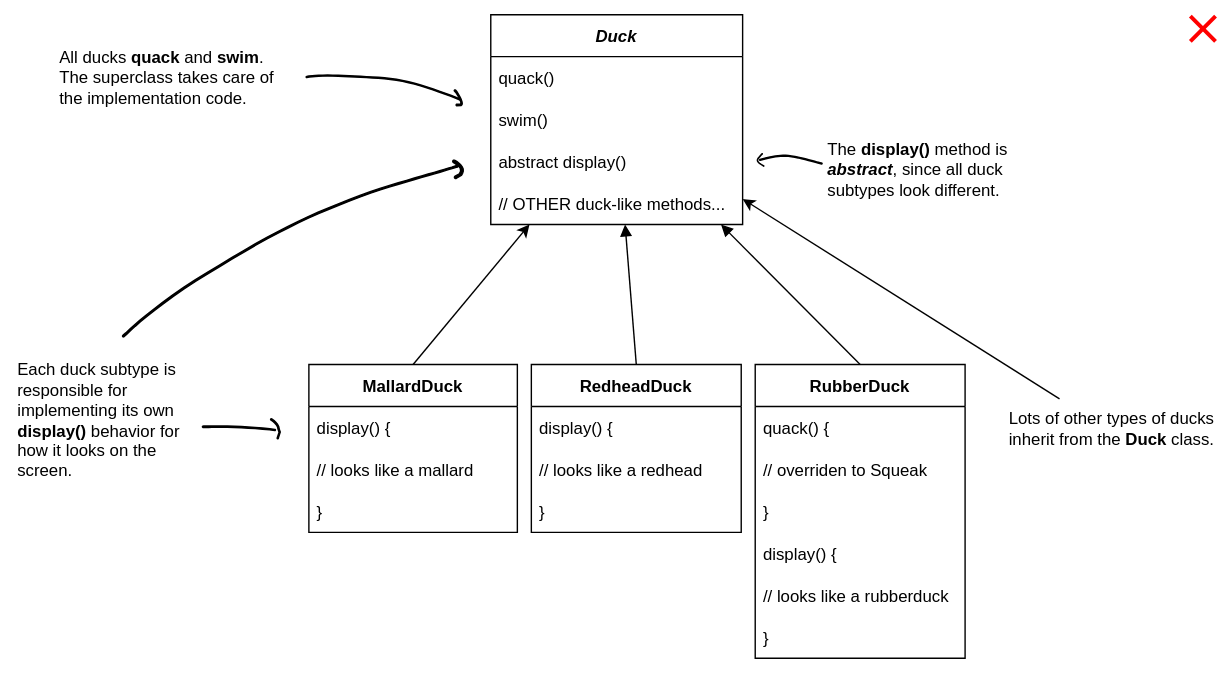
huyurt/book-summary keeps this draw.io diagram as head-first-design-patterns/diagrams/svg/01_01_duck_superclass.drawio.svg. Above is the earlier version. Source tidied: cells renumbered, new cells last; positions are measured from the earlier drawing's top-left corner, leaving out a move shared by most shapes. The source it was exported from:
```xml
<mxGraphModel>
  <root>
    <mxCell id="0" />
    <mxCell id="1" parent="0" />
    <mxCell id="2" value="Duck" style="swimlane;fontStyle=3;horizontal=1;startSize=30;" parent="1" vertex="1">
      <mxGeometry x="340" width="180" height="150" as="geometry" />
    </mxCell>
    <mxCell id="3" value="quack()" style="text;strokeColor=none;fillColor=none;align=left;verticalAlign=middle;spacingLeft=4;spacingRight=4;overflow=hidden;" parent="2" vertex="1">
      <mxGeometry y="30" width="180" height="30" as="geometry" />
    </mxCell>
    <mxCell id="4" value="swim()" style="text;strokeColor=none;fillColor=none;align=left;verticalAlign=middle;spacingLeft=4;spacingRight=4;overflow=hidden;" parent="2" vertex="1">
      <mxGeometry y="60" width="180" height="30" as="geometry" />
    </mxCell>
    <mxCell id="5" value="abstract display()" style="text;strokeColor=none;fillColor=none;align=left;verticalAlign=middle;spacingLeft=4;spacingRight=4;overflow=hidden;points=[[0,0.5],[1,0.5]];portConstraint=eastwest;fontStyle=0;" parent="2" vertex="1">
      <mxGeometry y="90" width="180" height="30" as="geometry" />
    </mxCell>
    <mxCell id="6" value="// OTHER duck-like methods..." style="text;strokeColor=none;fillColor=none;align=left;verticalAlign=middle;spacingLeft=4;spacingRight=4;overflow=hidden;" parent="2" vertex="1">
      <mxGeometry y="120" width="180" height="30" as="geometry" />
    </mxCell>
    <mxCell id="7" value="MallardDuck" style="swimlane;fontStyle=1;horizontal=1;startSize=30;" parent="1" vertex="1">
      <mxGeometry x="210" y="250" width="149" height="120" as="geometry" />
    </mxCell>
    <mxCell id="8" value="display() {" style="text;strokeColor=none;fillColor=none;align=left;verticalAlign=middle;spacingLeft=4;spacingRight=4;overflow=hidden;" parent="7" vertex="1">
      <mxGeometry y="30" width="149" height="30" as="geometry" />
    </mxCell>
    <mxCell id="9" value="// looks like a mallard" style="text;strokeColor=none;fillColor=none;align=left;verticalAlign=middle;spacingLeft=4;spacingRight=4;overflow=hidden;" parent="7" vertex="1">
      <mxGeometry y="60" width="149" height="30" as="geometry" />
    </mxCell>
    <mxCell id="10" value="}" style="text;strokeColor=none;fillColor=none;align=left;verticalAlign=middle;spacingLeft=4;spacingRight=4;overflow=hidden;" parent="7" vertex="1">
      <mxGeometry y="90" width="149" height="30" as="geometry" />
    </mxCell>
    <mxCell id="11" value="RedheadDuck" style="swimlane;fontStyle=1;horizontal=1;startSize=30;" parent="1" vertex="1">
      <mxGeometry x="369" y="250" width="150" height="120" as="geometry" />
    </mxCell>
    <mxCell id="12" value="display() {" style="text;strokeColor=none;fillColor=none;align=left;verticalAlign=middle;spacingLeft=4;spacingRight=4;overflow=hidden;" parent="11" vertex="1">
      <mxGeometry y="30" width="150" height="30" as="geometry" />
    </mxCell>
    <mxCell id="13" value="// looks like a redhead" style="text;strokeColor=none;fillColor=none;align=left;verticalAlign=middle;spacingLeft=4;spacingRight=4;overflow=hidden;" parent="11" vertex="1">
      <mxGeometry y="60" width="150" height="30" as="geometry" />
    </mxCell>
    <mxCell id="14" value="}" style="text;strokeColor=none;fillColor=none;align=left;verticalAlign=middle;spacingLeft=4;spacingRight=4;overflow=hidden;" parent="11" vertex="1">
      <mxGeometry y="90" width="150" height="30" as="geometry" />
    </mxCell>
    <mxCell id="15" style="endArrow=classic;html=1;rounded=0;exitX=0.5;exitY=0;exitDx=0;exitDy=0;" parent="1" edge="1" source="7" target="2">
      <mxGeometry relative="1" as="geometry" />
    </mxCell>
    <mxCell id="16" style="endArrow=block;html=1;rounded=0;exitX=0.5;exitY=0;exitDx=0;exitDy=0;startArrow=none;startFill=0;strokeWidth=1;strokeColor=default;" parent="1" edge="1" source="11" target="2">
      <mxGeometry relative="1" as="geometry" />
    </mxCell>
    <mxCell id="17" value="All ducks&amp;nbsp;&lt;b&gt;quack&lt;/b&gt; and &lt;b&gt;swim&lt;/b&gt;. The superclass takes care of the implementation code." style="text;html=1;strokeColor=none;fillColor=none;align=left;verticalAlign=middle;whiteSpace=wrap;rounded=0;" parent="1" vertex="1">
      <mxGeometry x="30" y="20" width="170" height="50" as="geometry" />
    </mxCell>
    <mxCell id="18" value="Each duck subtype is responsible for implementing its own &lt;b&gt;display()&lt;/b&gt; behavior for how it looks on the screen." style="text;html=1;strokeColor=none;fillColor=none;align=left;verticalAlign=middle;whiteSpace=wrap;rounded=0;" parent="1" vertex="1">
      <mxGeometry y="240" width="130" height="100" as="geometry" />
    </mxCell>
    <mxCell id="19" style="shape=(stored shape, 844 characters);lineShape=1;" parent="1" vertex="1">
      <mxGeometry x="133.9" y="293.9" width="52.2" height="3.3" as="geometry" />
    </mxCell>
    <mxCell id="20" style="shape=(stored shape, 736 characters);lineShape=1;" parent="1" vertex="1">
      <mxGeometry x="182.6" y="288.8" width="6.9" height="14.3" as="geometry" />
    </mxCell>
    <mxCell id="21" style="shape=(stored shape, 1340 characters);lineShape=1;" parent="1" vertex="1">
      <mxGeometry x="76.8" y="107.8" width="239.6" height="122.5" as="geometry" />
    </mxCell>
    <mxCell id="22" style="shape=(stored shape, 952 characters);lineShape=1;" parent="1" vertex="1">
      <mxGeometry x="312.8" y="103.9" width="7.5" height="13.2" as="geometry" />
    </mxCell>
    <mxCell id="23" value="Lots of other types of ducks inherit from the &lt;b&gt;Duck&lt;/b&gt;&amp;nbsp;class." style="text;html=1;strokeColor=none;fillColor=none;align=center;verticalAlign=middle;whiteSpace=wrap;rounded=0;" parent="1" vertex="1">
      <mxGeometry x="709" y="274.6" width="150" height="42.8" as="geometry" />
    </mxCell>
    <mxCell id="24" style="endArrow=classic;html=1;rounded=0;strokeColor=default;strokeWidth=1;exitX=0.25;exitY=0;exitDx=0;exitDy=0;" parent="1" edge="1" source="23" target="2">
      <mxGeometry relative="1" as="geometry" />
    </mxCell>
    <mxCell id="25" value="The &lt;b&gt;display()&lt;/b&gt;&amp;nbsp;method is &lt;b style=&quot;font-style: italic;&quot;&gt;abstract&lt;/b&gt;, since all duck subtypes look different." style="text;html=1;strokeColor=none;fillColor=none;align=left;verticalAlign=middle;whiteSpace=wrap;rounded=0;" parent="1" vertex="1">
      <mxGeometry x="579" y="80.5" width="140" height="60" as="geometry" />
    </mxCell>
    <mxCell id="26" style="shape=(stored shape, 1016 characters);lineShape=1;" parent="1" vertex="1">
      <mxGeometry x="532.1" y="100.5" width="44.7" height="6.2" as="geometry" />
    </mxCell>
    <mxCell id="27" style="shape=(stored shape, 892 characters);lineShape=1;" parent="1" vertex="1">
      <mxGeometry x="530.5" y="99.3" width="4.6" height="8.9" as="geometry" />
    </mxCell>
    <mxCell id="28" style="shape=(stored shape, 1124 characters);lineShape=1;" parent="1" vertex="1">
      <mxGeometry x="208.1" y="43.1" width="110.5" height="17.9" as="geometry" />
    </mxCell>
    <mxCell id="29" style="shape=(stored shape, 824 characters);lineShape=1;" parent="1" vertex="1">
      <mxGeometry x="313.9" y="53.7" width="5.7" height="11.4" as="geometry" />
    </mxCell>
    <mxCell id="30" value="RubberDuck" style="swimlane;fontStyle=1;horizontal=1;startSize=30;" parent="1" vertex="1">
      <mxGeometry x="529" y="250" width="150" height="210" as="geometry" />
    </mxCell>
    <mxCell id="31" value="quack() {" style="text;strokeColor=none;fillColor=none;align=left;verticalAlign=middle;spacingLeft=4;spacingRight=4;overflow=hidden;" parent="30" vertex="1">
      <mxGeometry y="30" width="150" height="30" as="geometry" />
    </mxCell>
    <mxCell id="32" value="// overriden to Squeak" style="text;strokeColor=none;fillColor=none;align=left;verticalAlign=middle;spacingLeft=4;spacingRight=4;overflow=hidden;" parent="30" vertex="1">
      <mxGeometry y="60" width="150" height="30" as="geometry" />
    </mxCell>
    <mxCell id="33" value="}" style="text;strokeColor=none;fillColor=none;align=left;verticalAlign=middle;spacingLeft=4;spacingRight=4;overflow=hidden;" parent="30" vertex="1">
      <mxGeometry y="90" width="150" height="30" as="geometry" />
    </mxCell>
    <mxCell id="34" value="display() {" style="text;strokeColor=none;fillColor=none;align=left;verticalAlign=middle;spacingLeft=4;spacingRight=4;overflow=hidden;" parent="30" vertex="1">
      <mxGeometry y="120" width="150" height="30" as="geometry" />
    </mxCell>
    <mxCell id="35" value="// looks like a rubberduck" style="text;strokeColor=none;fillColor=none;align=left;verticalAlign=middle;spacingLeft=4;spacingRight=4;overflow=hidden;" parent="30" vertex="1">
      <mxGeometry y="150" width="150" height="30" as="geometry" />
    </mxCell>
    <mxCell id="36" value="}" style="text;strokeColor=none;fillColor=none;align=left;verticalAlign=middle;spacingLeft=4;spacingRight=4;overflow=hidden;" parent="30" vertex="1">
      <mxGeometry y="180" width="150" height="30" as="geometry" />
    </mxCell>
    <mxCell id="37" style="endArrow=block;html=1;rounded=0;startArrow=none;startFill=0;strokeWidth=1;strokeColor=default;exitX=0.5;exitY=0;exitDx=0;exitDy=0;" parent="1" edge="1" source="30" target="2">
      <mxGeometry relative="1" as="geometry" />
    </mxCell>
    <mxCell id="38" style="shape=mxgraph.mockup.markup.redX;fillColor=#ff0000;html=1;shadow=0;strokeColor=none;" parent="1" vertex="1">
      <mxGeometry x="839" width="20" height="20" as="geometry" />
    </mxCell>
  </root>
</mxGraphModel>
```
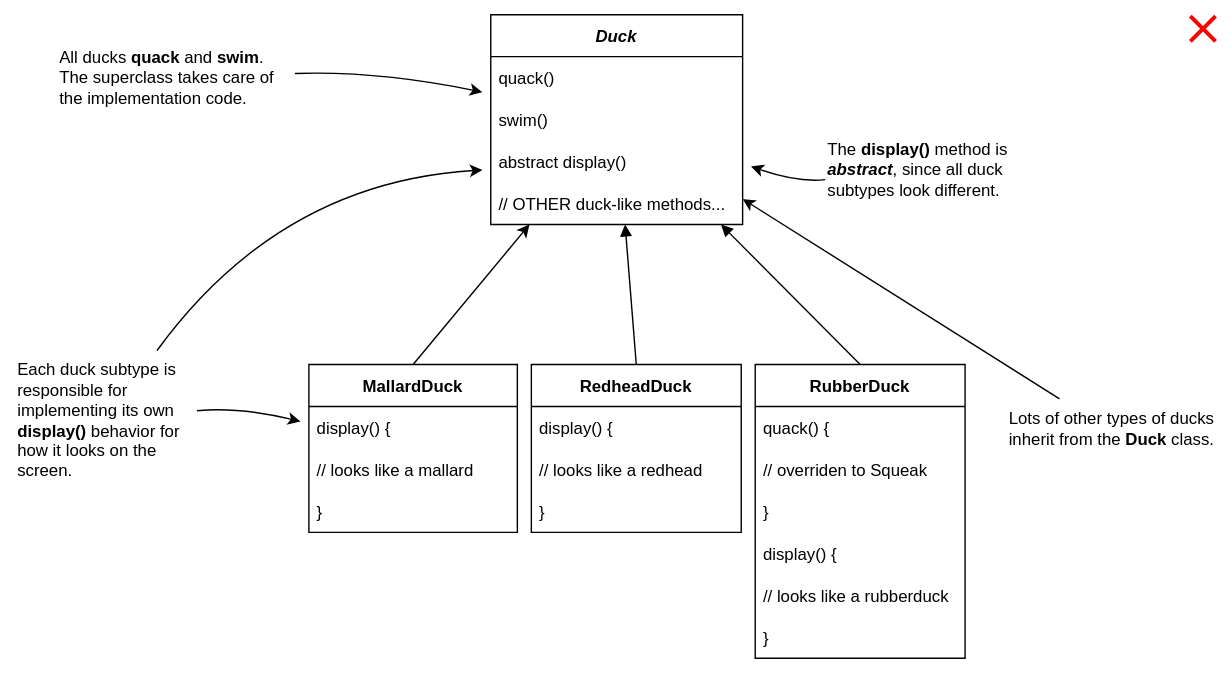
Later version of the same file.

Change to the diagram source:
```diff
@@ -53,18 +53,6 @@
     <mxCell id="18" value="Each duck subtype is responsible for implementing its own &lt;b&gt;display()&lt;/b&gt; behavior for how it looks on the screen." style="text;html=1;strokeColor=none;fillColor=none;align=left;verticalAlign=middle;whiteSpace=wrap;rounded=0;" parent="1" vertex="1">
       <mxGeometry y="240" width="130" height="100" as="geometry" />
     </mxCell>
-    <mxCell id="19" style="shape=(stored shape, 844 characters);lineShape=1;" parent="1" vertex="1">
-      <mxGeometry x="133.9" y="293.9" width="52.2" height="3.3" as="geometry" />
-    </mxCell>
-    <mxCell id="20" style="shape=(stored shape, 736 characters);lineShape=1;" parent="1" vertex="1">
-      <mxGeometry x="182.6" y="288.8" width="6.9" height="14.3" as="geometry" />
-    </mxCell>
-    <mxCell id="21" style="shape=(stored shape, 1340 characters);lineShape=1;" parent="1" vertex="1">
-      <mxGeometry x="76.8" y="107.8" width="239.6" height="122.5" as="geometry" />
-    </mxCell>
-    <mxCell id="22" style="shape=(stored shape, 952 characters);lineShape=1;" parent="1" vertex="1">
-      <mxGeometry x="312.8" y="103.9" width="7.5" height="13.2" as="geometry" />
-    </mxCell>
     <mxCell id="23" value="Lots of other types of ducks inherit from the &lt;b&gt;Duck&lt;/b&gt;&amp;nbsp;class." style="text;html=1;strokeColor=none;fillColor=none;align=center;verticalAlign=middle;whiteSpace=wrap;rounded=0;" parent="1" vertex="1">
       <mxGeometry x="709" y="274.6" width="150" height="42.8" as="geometry" />
     </mxCell>
@@ -74,18 +62,6 @@
     <mxCell id="25" value="The &lt;b&gt;display()&lt;/b&gt;&amp;nbsp;method is &lt;b style=&quot;font-style: italic;&quot;&gt;abstract&lt;/b&gt;, since all duck subtypes look different." style="text;html=1;strokeColor=none;fillColor=none;align=left;verticalAlign=middle;whiteSpace=wrap;rounded=0;" parent="1" vertex="1">
       <mxGeometry x="579" y="80.5" width="140" height="60" as="geometry" />
     </mxCell>
-    <mxCell id="26" style="shape=(stored shape, 1016 characters);lineShape=1;" parent="1" vertex="1">
-      <mxGeometry x="532.1" y="100.5" width="44.7" height="6.2" as="geometry" />
-    </mxCell>
-    <mxCell id="27" style="shape=(stored shape, 892 characters);lineShape=1;" parent="1" vertex="1">
-      <mxGeometry x="530.5" y="99.3" width="4.6" height="8.9" as="geometry" />
-    </mxCell>
-    <mxCell id="28" style="shape=(stored shape, 1124 characters);lineShape=1;" parent="1" vertex="1">
-      <mxGeometry x="208.1" y="43.1" width="110.5" height="17.9" as="geometry" />
-    </mxCell>
-    <mxCell id="29" style="shape=(stored shape, 824 characters);lineShape=1;" parent="1" vertex="1">
-      <mxGeometry x="313.9" y="53.7" width="5.7" height="11.4" as="geometry" />
-    </mxCell>
     <mxCell id="30" value="RubberDuck" style="swimlane;fontStyle=1;horizontal=1;startSize=30;" parent="1" vertex="1">
       <mxGeometry x="529" y="250" width="150" height="210" as="geometry" />
     </mxCell>
@@ -113,5 +89,33 @@
     <mxCell id="38" style="shape=mxgraph.mockup.markup.redX;fillColor=#ff0000;html=1;shadow=0;strokeColor=none;" parent="1" vertex="1">
       <mxGeometry x="839" width="20" height="20" as="geometry" />
     </mxCell>
+    <mxCell id="39" style="endArrow=classic;html=1;curved=1;targetPerimeterSpacing=6;" parent="1" edge="1" source="18" target="5">
+      <mxGeometry relative="1" as="geometry">
+        <Array as="points">
+          <mxPoint x="189" y="120" />
+        </Array>
+      </mxGeometry>
+    </mxCell>
+    <mxCell id="40" style="endArrow=classic;html=1;targetPerimeterSpacing=6;curved=1;" parent="1" edge="1" source="17" target="2">
+      <mxGeometry relative="1" as="geometry">
+        <Array as="points">
+          <mxPoint x="259" y="40" />
+        </Array>
+      </mxGeometry>
+    </mxCell>
+    <mxCell id="41" style="endArrow=classic;html=1;targetPerimeterSpacing=6;curved=1;" parent="1" edge="1" source="18" target="7">
+      <mxGeometry relative="1" as="geometry">
+        <Array as="points">
+          <mxPoint x="159" y="280" />
+        </Array>
+      </mxGeometry>
+    </mxCell>
+    <mxCell id="42" style="endArrow=classic;html=1;targetPerimeterSpacing=6;curved=1;" parent="1" edge="1" source="25" target="2">
+      <mxGeometry relative="1" as="geometry">
+        <Array as="points">
+          <mxPoint x="559" y="120" />
+        </Array>
+      </mxGeometry>
+    </mxCell>
   </root>
 </mxGraphModel>
```
